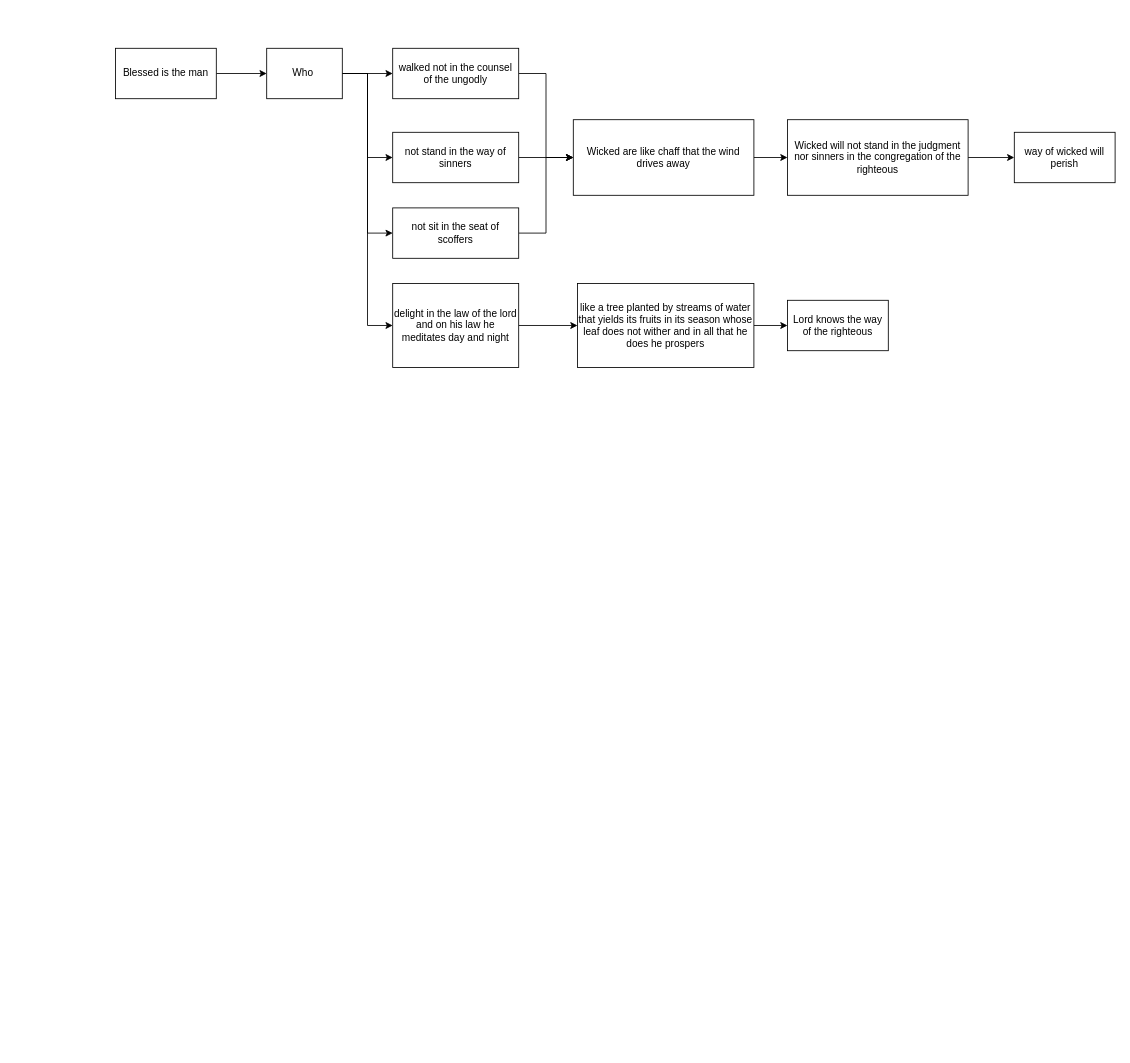
Above: bible.drawio in KaidenCoder/DrawIORepo (draw.io), before the change. Source tidied: cells renumbered, new cells numbered last; positions are measured from the earlier drawing's top-left corner, leaving out a move shared by most shapes. Both pictures are drawn from the tidied source at 84%, with x=0, y=0 at pixel (115, 48).
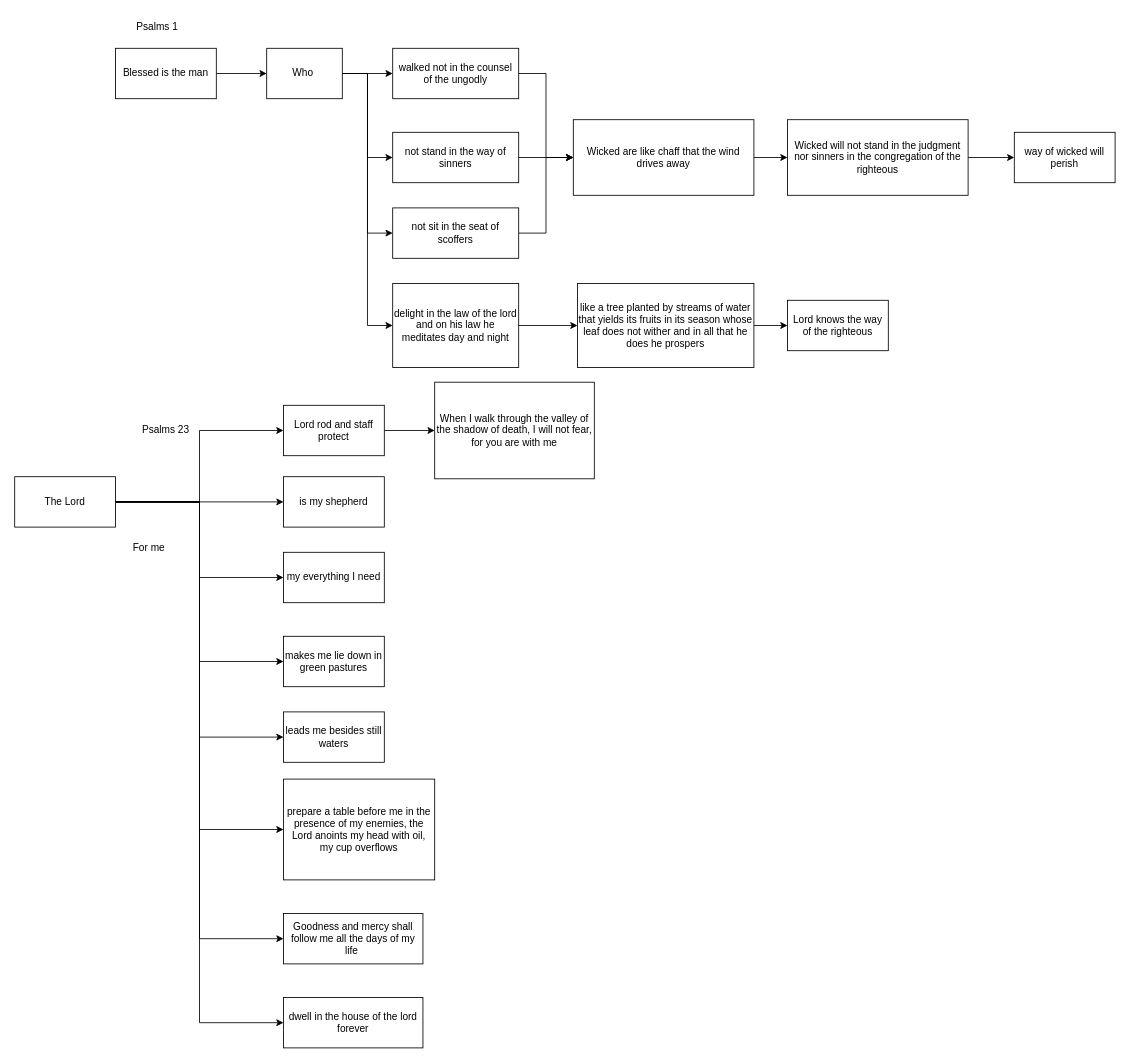
The same page after the edit.

What changed in the source:
```diff
@@
+    <mxCell id="25" style="edgeStyle=orthogonalEdgeStyle;rounded=0;jettySize=auto;html=1;entryX=0;entryY=0.5;entryDx=0;entryDy=0;" parent="1" edge="1" source="33" target="41">
+      <mxGeometry relative="1" as="geometry" />
+    </mxCell>
+    <mxCell id="26" style="edgeStyle=orthogonalEdgeStyle;rounded=0;jettySize=auto;html=1;entryX=0;entryY=0.5;entryDx=0;entryDy=0;" parent="1" edge="1" source="33" target="36">
+      <mxGeometry relative="1" as="geometry" />
+    </mxCell>
+    <mxCell id="27" style="edgeStyle=orthogonalEdgeStyle;rounded=0;jettySize=auto;html=1;entryX=0;entryY=0.5;entryDx=0;entryDy=0;" parent="1" edge="1" source="33" target="37">
+      <mxGeometry relative="1" as="geometry" />
+    </mxCell>
+    <mxCell id="28" style="edgeStyle=orthogonalEdgeStyle;rounded=0;jettySize=auto;html=1;entryX=0;entryY=0.5;entryDx=0;entryDy=0;" parent="1" edge="1" source="33" target="38">
+      <mxGeometry relative="1" as="geometry" />
+    </mxCell>
+    <mxCell id="29" style="edgeStyle=orthogonalEdgeStyle;rounded=0;jettySize=auto;html=1;entryX=0;entryY=0.5;entryDx=0;entryDy=0;" parent="1" edge="1" source="33" target="39">
+      <mxGeometry relative="1" as="geometry" />
+    </mxCell>
+    <mxCell id="30" style="edgeStyle=orthogonalEdgeStyle;rounded=0;jettySize=auto;html=1;entryX=0;entryY=0.5;entryDx=0;entryDy=0;" parent="1" edge="1" source="33" target="43">
+      <mxGeometry relative="1" as="geometry" />
+    </mxCell>
+    <mxCell id="31" style="edgeStyle=orthogonalEdgeStyle;rounded=0;jettySize=auto;html=1;entryX=0;entryY=0.5;entryDx=0;entryDy=0;" parent="1" edge="1" source="33" target="44">
+      <mxGeometry relative="1" as="geometry" />
+    </mxCell>
+    <mxCell id="32" style="edgeStyle=orthogonalEdgeStyle;rounded=0;jettySize=auto;html=1;entryX=0;entryY=0.5;entryDx=0;entryDy=0;" parent="1" edge="1" source="33" target="45">
+      <mxGeometry relative="1" as="geometry" />
+    </mxCell>
+    <mxCell id="33" value="The Lord" style="rounded=0;whiteSpace=wrap;html=1;" parent="1" vertex="1">
+      <mxGeometry x="-120" y="510" width="120" height="60" as="geometry" />
+    </mxCell>
+    <mxCell id="34" value="Psalms 1" style="text;html=1;align=center;verticalAlign=middle;whiteSpace=wrap;rounded=0;" parent="1" vertex="1">
+      <mxGeometry x="20" y="-40" width="60" height="30" as="geometry" />
+    </mxCell>
+    <mxCell id="35" value="Psalms 23" style="text;html=1;align=center;verticalAlign=middle;whiteSpace=wrap;rounded=0;" parent="1" vertex="1">
+      <mxGeometry x="30" y="440" width="60" height="30" as="geometry" />
+    </mxCell>
+    <mxCell id="36" value="is my shepherd" style="rounded=0;whiteSpace=wrap;html=1;" parent="1" vertex="1">
+      <mxGeometry x="200" y="510" width="120" height="60" as="geometry" />
+    </mxCell>
+    <mxCell id="37" value="my everything I need" style="rounded=0;whiteSpace=wrap;html=1;" parent="1" vertex="1">
+      <mxGeometry x="200" y="600" width="120" height="60" as="geometry" />
+    </mxCell>
+    <mxCell id="38" value="makes me lie down in green pastures" style="rounded=0;whiteSpace=wrap;html=1;" parent="1" vertex="1">
+      <mxGeometry x="200" y="700" width="120" height="60" as="geometry" />
+    </mxCell>
+    <mxCell id="39" value="leads me besides still waters" style="rounded=0;whiteSpace=wrap;html=1;" parent="1" vertex="1">
+      <mxGeometry x="200" y="790" width="120" height="60" as="geometry" />
+    </mxCell>
+    <mxCell id="40" style="edgeStyle=orthogonalEdgeStyle;rounded=0;jettySize=auto;html=1;" parent="1" edge="1" source="41" target="42">
+      <mxGeometry relative="1" as="geometry" />
+    </mxCell>
+    <mxCell id="41" value="Lord rod and staff protect" style="rounded=0;whiteSpace=wrap;html=1;" parent="1" vertex="1">
+      <mxGeometry x="200" y="425" width="120" height="60" as="geometry" />
+    </mxCell>
+    <mxCell id="42" value="When I walk through the valley of the shadow of death, I will not fear, for you are with me" style="rounded=0;whiteSpace=wrap;html=1;" parent="1" vertex="1">
+      <mxGeometry x="380" y="397.5" width="190" height="115" as="geometry" />
+    </mxCell>
+    <mxCell id="43" value="prepare a table before me in the presence of my enemies, the Lord anoints my head with oil, my cup overflows" style="rounded=0;whiteSpace=wrap;html=1;" parent="1" vertex="1">
+      <mxGeometry x="200" y="870" width="180" height="120" as="geometry" />
+    </mxCell>
+    <mxCell id="44" value="Goodness and mercy shall follow me all the days of my life&amp;nbsp;" style="rounded=0;whiteSpace=wrap;html=1;" parent="1" vertex="1">
+      <mxGeometry x="200" y="1030" width="166" height="60" as="geometry" />
+    </mxCell>
+    <mxCell id="45" value="dwell in the house of the lord forever" style="rounded=0;whiteSpace=wrap;html=1;" parent="1" vertex="1">
+      <mxGeometry x="200" y="1130" width="166" height="60" as="geometry" />
+    </mxCell>
+    <mxCell id="46" value="For me" style="text;html=1;align=center;verticalAlign=middle;whiteSpace=wrap;rounded=0;" parent="1" vertex="1">
+      <mxGeometry x="10" y="580" width="60" height="30" as="geometry" />
+    </mxCell>
```
